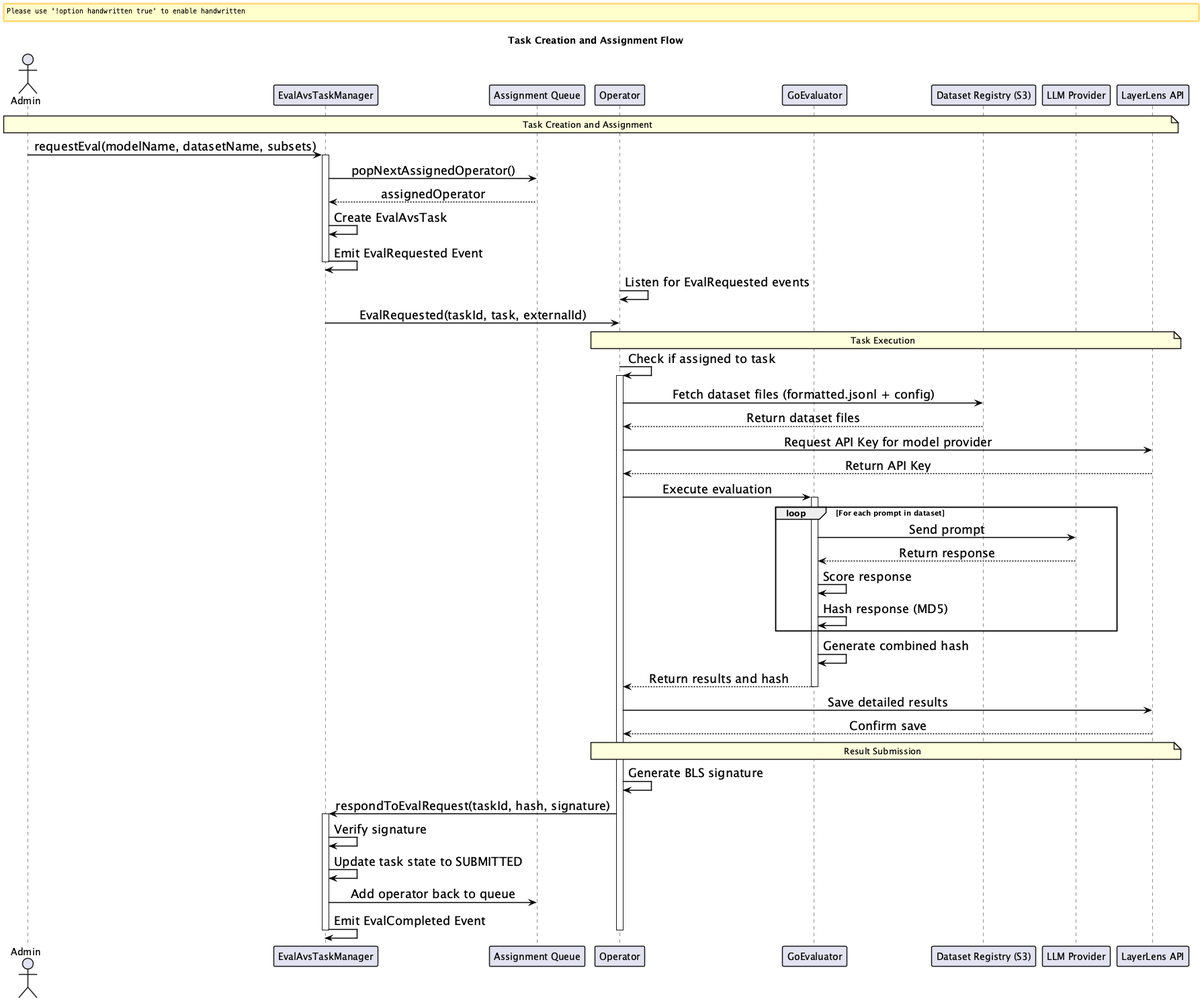
Above: custom-diagrams/v3/avs-task-flow.png in k-g-j/ll-sequence-diagrams (PlantUML), before the change. The source it was exported from:
```plantuml
@startuml
skinparamlocked arrowfontsize 18
skinparamlocked arrowthickness 2
skinparamlocked arrowcolor black
skinparam backgroundColor white
skinparam handwritten false
skinparam linetype ortho

skinparam ArrowColor black
skinparam ArrowThickness 1.5
skinparam SequenceArrowThickness 1.5

skinparam sequenceMessageAlign direction
skinparam SequenceMessageAlignment center

skinparam ParticipantBorderThickness 1.5
skinparam DatabaseBorderThickness 1.5
skinparam ActorBorderThickness 1.5
skinparam NoteBorderThickness 1.5

title Task Creation and Assignment Flow

actor Admin
participant "EvalAvsTaskManager" as TaskManager
participant "Assignment Queue" as Queue
participant "Operator" as Operator
participant "GoEvaluator" as GoEvaluator
participant "Dataset Registry (S3)" as S3
participant "LLM Provider" as LLM
participant "LayerLens API" as API

note over Admin, API: Task Creation and Assignment

Admin -> TaskManager: requestEval(modelName, datasetName, subsets)
activate TaskManager
TaskManager -> Queue: popNextAssignedOperator()
Queue --> TaskManager: assignedOperator
TaskManager -> TaskManager: Create EvalAvsTask
TaskManager -> TaskManager: Emit EvalRequested Event
deactivate TaskManager

Operator -> Operator: Listen for EvalRequested events
TaskManager -> Operator: EvalRequested(taskId, task, externalId)

note over Operator, API: Task Execution

Operator -> Operator: Check if assigned to task
activate Operator
Operator -> S3: Fetch dataset files (formatted.jsonl + config)
S3 --> Operator: Return dataset files
Operator -> API: Request API Key for model provider
API --> Operator: Return API Key
Operator -> GoEvaluator: Execute evaluation

activate GoEvaluator
loop For each prompt in dataset
    GoEvaluator -> LLM: Send prompt
    LLM --> GoEvaluator: Return response
    GoEvaluator -> GoEvaluator: Score response
    GoEvaluator -> GoEvaluator: Hash response (MD5)
end
GoEvaluator -> GoEvaluator: Generate combined hash
GoEvaluator --> Operator: Return results and hash
deactivate GoEvaluator

Operator -> API: Save detailed results
API --> Operator: Confirm save

note over Operator, API: Result Submission

Operator -> Operator: Generate BLS signature
Operator -> TaskManager: respondToEvalRequest(taskId, hash, signature)
activate TaskManager
TaskManager -> TaskManager: Verify signature
TaskManager -> TaskManager: Update task state to SUBMITTED
TaskManager -> Queue: Add operator back to queue
TaskManager -> TaskManager: Emit EvalCompleted Event
deactivate TaskManager
deactivate Operator
@enduml
```
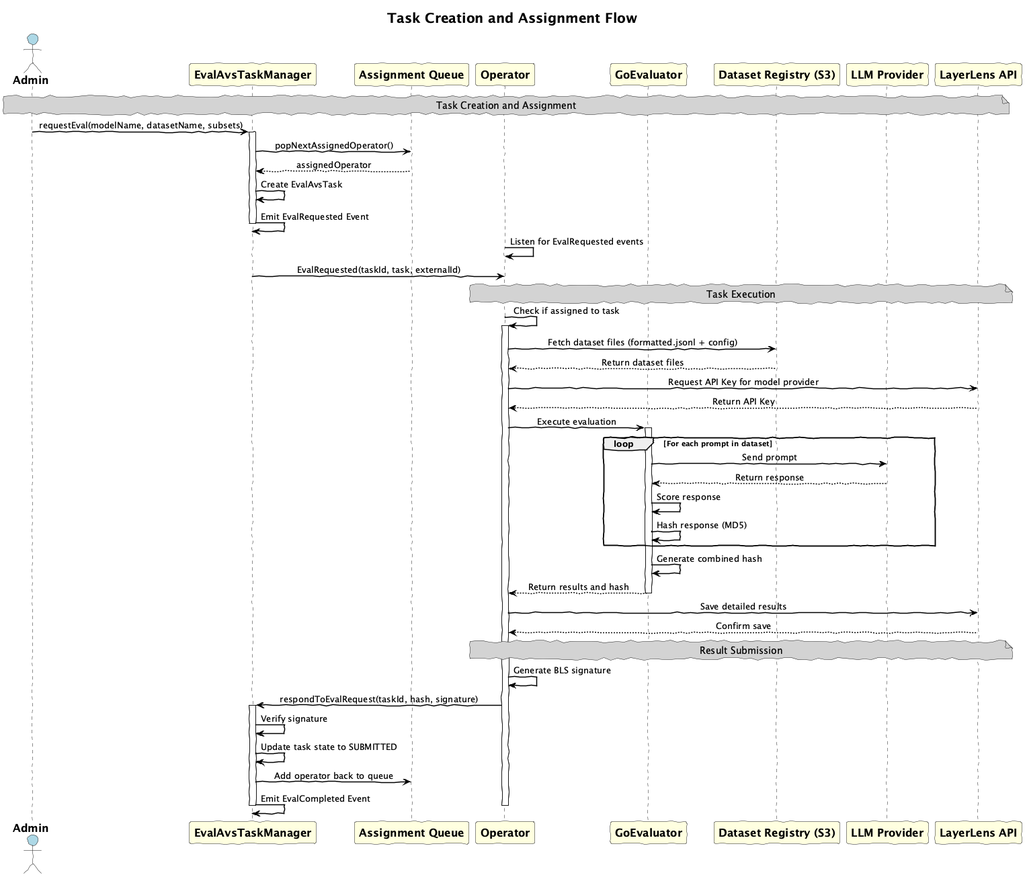
The same file after the commit.

The edit, as a diff of the source:
```diff
@@ -1,22 +1,25 @@
 @startuml
-skinparamlocked arrowfontsize 18
-skinparamlocked arrowthickness 2
-skinparamlocked arrowcolor black
+!option handwritten true
+
 skinparam backgroundColor white
-skinparam handwritten false
-skinparam linetype ortho
+skinparam defaultTextAlignment center
 
 skinparam ArrowColor black
 skinparam ArrowThickness 1.5
 skinparam SequenceArrowThickness 1.5
 
-skinparam sequenceMessageAlign direction
-skinparam SequenceMessageAlignment center
+skinparam ParticipantFontSize 16
+skinparam ParticipantFontStyle bold
+skinparam ActorFontSize 16
+skinparam ActorFontStyle bold
+skinparam NoteFontSize 14
+skinparam TitleFontSize 20
+skinparam TitleFontStyle bold
 
-skinparam ParticipantBorderThickness 1.5
-skinparam DatabaseBorderThickness 1.5
-skinparam ActorBorderThickness 1.5
-skinparam NoteBorderThickness 1.5
+skinparam ActorBackgroundColor lightblue
+skinparam ParticipantBackgroundColor lightyellow
+skinparam NoteBackgroundColor lightgray
+skinparam DatabaseBackgroundColor lightgreen
 
 title Task Creation and Assignment Flow
 
```
